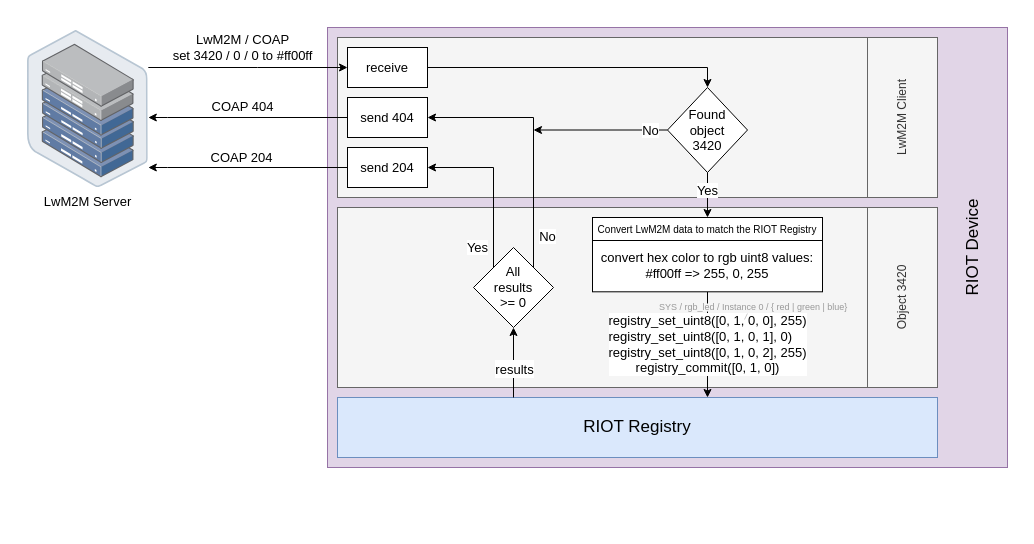
LasseRosenow/riot-runtime-config keeps this draw.io diagram as doc/drawio/flow/lwm2m_integration_flow.drawio. Above is the earlier version. Source tidied: cells renumbered, new cells numbered last; positions are measured from the earlier drawing's top-left corner, leaving out a move shared by most shapes. Both pictures are drawn from the tidied source at 100%, with x=0, y=0 at pixel (17, 17).
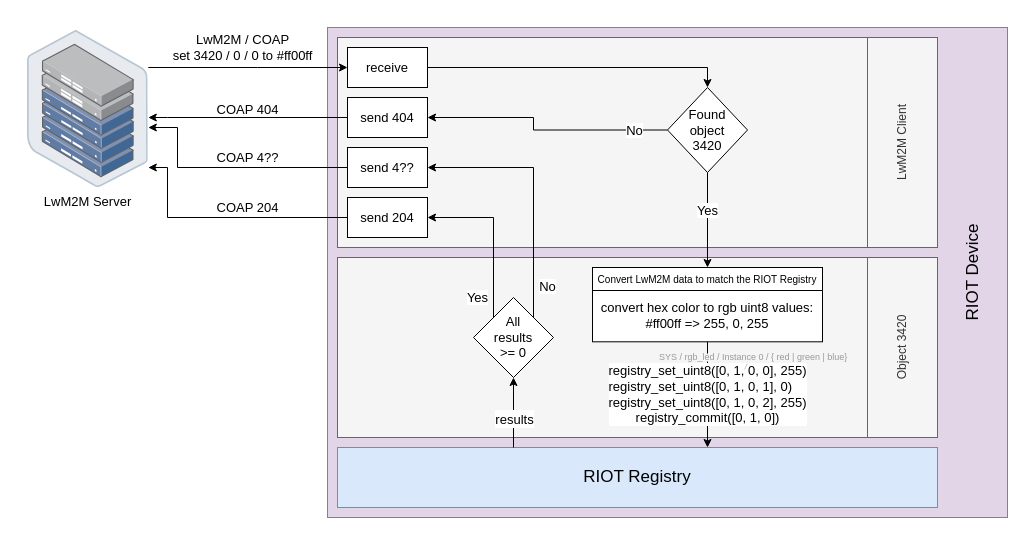
After the change.

Unchanged cells that the change refers to:
```xml
<mxCell id="6" value="&lt;font style=&quot;font-size: 13px&quot;&gt;LwM2M Server&lt;/font&gt;" style="points=[];html=1;align=center;shadow=0;dashed=0;image;image=img/lib/allied_telesis/storage/Datacenter_Server_Half_Rack_ToR.svg;" parent="1" vertex="1">
  <mxGeometry x="10" y="13" width="120.8" height="157" as="geometry" />
</mxCell>
<mxCell id="9" value="&lt;font style=&quot;font-size: 13px&quot;&gt;Found &lt;br&gt;object&lt;br&gt;3420&lt;/font&gt;" style="rhombus;whiteSpace=wrap;html=1;" parent="1" vertex="1">
  <mxGeometry x="650" y="70" width="80" height="85" as="geometry" />
</mxCell>
<mxCell id="22" value="&lt;font color=&quot;#000000&quot; style=&quot;font-size: 13px&quot;&gt;send 404&lt;/font&gt;" style="rounded=0;whiteSpace=wrap;html=1;labelBackgroundColor=none;fontSize=17;" parent="1" vertex="1">
  <mxGeometry x="330" y="80" width="80" height="40" as="geometry" />
</mxCell>
```

What changed in the source:
```diff
@@
     <mxCell id="2" style="rounded=0;whiteSpace=wrap;html=1;strokeColor=none;" parent="1" vertex="1">
-      <mxGeometry width="1000" height="460" as="geometry" />
+      <mxGeometry width="1000" height="510" as="geometry" />
     </mxCell>
     <mxCell id="3" value="&lt;font style=&quot;font-size: 17px&quot;&gt;RIOT Device&lt;/font&gt;" style="rounded=0;whiteSpace=wrap;html=1;fillColor=#e1d5e7;strokeColor=#9673a6;horizontal=0;align=center;verticalAlign=bottom;spacingBottom=22;" parent="1" vertex="1">
-      <mxGeometry x="310" y="10" width="680" height="440" as="geometry" />
+      <mxGeometry x="310" y="10" width="680" height="490" as="geometry" />
     </mxCell>
     <mxCell id="4" style="rounded=0;whiteSpace=wrap;html=1;fillColor=#f5f5f5;strokeColor=#666666;fontColor=#333333;" parent="1" vertex="1">
-      <mxGeometry x="320" y="190" width="530" height="180" as="geometry" />
+      <mxGeometry x="320" y="240" width="530" height="180" as="geometry" />
     </mxCell>
     <mxCell id="5" style="rounded=0;whiteSpace=wrap;html=1;fillColor=#f5f5f5;strokeColor=#666666;fontColor=#333333;" parent="1" vertex="1">
-      <mxGeometry x="320" y="20" width="530" height="160" as="geometry" />
+      <mxGeometry x="320" y="20" width="530" height="210" as="geometry" />
     </mxCell>
@@
-    <mxCell id="8" value="&lt;font style=&quot;font-size: 13px&quot;&gt;No&lt;/font&gt;" style="edgeStyle=elbowEdgeStyle;rounded=0;html=1;startArrow=none;exitX=0;exitY=0.5;exitDx=0;exitDy=0;" parent="1" edge="1" source="9">
+    <mxCell id="8" value="&lt;font style=&quot;font-size: 13px&quot;&gt;No&lt;/font&gt;" style="edgeStyle=elbowEdgeStyle;rounded=0;html=1;startArrow=none;exitX=0;exitY=0.5;exitDx=0;exitDy=0;entryX=1;entryY=0.5;entryDx=0;entryDy=0;" parent="1" edge="1" source="9" target="22">
       <mxGeometry x="-0.74" relative="1" as="geometry">
-        <mxPoint x="516" y="113" as="targetPoint" />
         <Array as="points">
           <mxPoint x="516" y="105" />
           <mxPoint x="560" y="90" />
           <mxPoint x="517" y="104" />
           <mxPoint x="580" y="100" />
           <mxPoint x="549" y="140" />
           <mxPoint x="430" y="140" />
         </Array>
       </mxGeometry>
     </mxCell>
@@
     <mxCell id="12" value="&lt;font style=&quot;font-size: 17px&quot;&gt;RIOT Registry&lt;/font&gt;" style="rounded=0;whiteSpace=wrap;html=1;fillColor=#dae8fc;strokeColor=#6c8ebf;" parent="1" vertex="1">
-      <mxGeometry x="320" y="380" width="600" height="60" as="geometry" />
+      <mxGeometry x="320" y="430" width="600" height="60" as="geometry" />
     </mxCell>
@@
     <mxCell id="16" value="&lt;font style=&quot;font-size: 13px&quot;&gt;All &lt;br&gt;results &lt;br&gt;&amp;gt;= 0&lt;/font&gt;" style="rhombus;whiteSpace=wrap;html=1;" parent="1" vertex="1">
-      <mxGeometry x="456" y="230" width="80" height="80" as="geometry" />
+      <mxGeometry x="456" y="280" width="80" height="80" as="geometry" />
     </mxCell>
-    <mxCell id="17" value="&lt;font style=&quot;font-size: 13px&quot;&gt;No&lt;/font&gt;" style="edgeStyle=elbowEdgeStyle;rounded=0;html=1;exitX=1;exitY=0;exitDx=0;exitDy=0;" parent="1" edge="1" source="16" target="22">
+    <mxCell id="17" value="&lt;font style=&quot;font-size: 13px&quot;&gt;No&lt;/font&gt;" style="edgeStyle=elbowEdgeStyle;rounded=0;html=1;exitX=1;exitY=0;exitDx=0;exitDy=0;entryX=1;entryY=0.5;entryDx=0;entryDy=0;" parent="1" edge="1" source="16" target="33">
       <mxGeometry x="-0.76" y="-14" relative="1" as="geometry">
         <Array as="points">
           <mxPoint x="516" y="160" />
           <mxPoint x="530" y="150" />
           <mxPoint x="496" y="160" />
           <mxPoint x="496" y="220" />
           <mxPoint x="496" y="180" />
           <mxPoint x="450" y="150" />
           <mxPoint x="440" y="90" />
         </Array>
       </mxGeometry>
     </mxCell>
@@
     <mxCell id="19" value="LwM2M Client" style="rounded=0;whiteSpace=wrap;html=1;fillColor=#f5f5f5;strokeColor=#666666;fontColor=#333333;horizontal=0;" parent="1" vertex="1">
-      <mxGeometry x="850" y="20" width="70" height="160" as="geometry" />
+      <mxGeometry x="850" y="20" width="70" height="210" as="geometry" />
     </mxCell>
     <mxCell id="20" value="Object 3420" style="rounded=0;whiteSpace=wrap;html=1;fillColor=#f5f5f5;strokeColor=#666666;fontColor=#333333;horizontal=0;" parent="1" vertex="1">
-      <mxGeometry x="850" y="190" width="70" height="180" as="geometry" />
+      <mxGeometry x="850" y="240" width="70" height="180" as="geometry" />
     </mxCell>
@@
     <mxCell id="23" value="&lt;font style=&quot;font-size: 13px&quot;&gt;COAP 404&lt;/font&gt;" style="edgeStyle=elbowEdgeStyle;rounded=0;html=1;startArrow=none;" parent="1" edge="1" source="22" target="6">
-      <mxGeometry x="0.05" y="-11" relative="1" as="geometry">
+      <mxGeometry y="-8" relative="1" as="geometry">
         <Array as="points">
           <mxPoint x="150" y="100" />
         </Array>
       </mxGeometry>
     </mxCell>
     <mxCell id="24" value="&lt;font color=&quot;#000000&quot; style=&quot;font-size: 13px&quot;&gt;send 204&lt;/font&gt;" style="rounded=0;whiteSpace=wrap;html=1;labelBackgroundColor=none;fontSize=17;" parent="1" vertex="1">
-      <mxGeometry x="330" y="130" width="80" height="40" as="geometry" />
+      <mxGeometry x="330" y="180" width="80" height="40" as="geometry" />
     </mxCell>
     <mxCell id="25" value="&lt;font style=&quot;font-size: 13px&quot;&gt;COAP 204&lt;/font&gt;" style="edgeStyle=elbowEdgeStyle;rounded=0;html=1;startArrow=none;" parent="1" edge="1" source="24" target="6">
-      <mxGeometry x="0.06" y="-10" relative="1" as="geometry">
+      <mxGeometry x="-0.2" y="-10" relative="1" as="geometry">
         <Array as="points">
           <mxPoint x="150" y="150" />
         </Array>
       </mxGeometry>
     </mxCell>
     <mxCell id="26" style="group;" parent="1" vertex="1">
-      <mxGeometry x="575" y="200" width="230" height="74.2" as="geometry" />
+      <mxGeometry x="575" y="250" width="230" height="74.2" as="geometry" />
     </mxCell>
@@
     <mxCell id="29" style="rounded=0;whiteSpace=wrap;html=1;fillColor=#f5f5f5;strokeColor=none;fontColor=#333333;" parent="1" vertex="1">
-      <mxGeometry x="687" y="286" width="6" height="8.1" as="geometry" />
+      <mxGeometry x="687" y="336" width="6" height="8.1" as="geometry" />
     </mxCell>
     <mxCell id="30" style="group;" parent="1" vertex="1">
-      <mxGeometry x="640" y="275" width="200" height="30" as="geometry" />
+      <mxGeometry x="640" y="325" width="200" height="30" as="geometry" />
     </mxCell>
@@
+    <mxCell id="33" value="&lt;font color=&quot;#000000&quot; style=&quot;font-size: 13px&quot;&gt;send 4??&lt;/font&gt;" style="rounded=0;whiteSpace=wrap;html=1;labelBackgroundColor=none;fontSize=17;" parent="1" vertex="1">
+      <mxGeometry x="330" y="130" width="80" height="40" as="geometry" />
+    </mxCell>
+    <mxCell id="34" value="&lt;font style=&quot;font-size: 13px&quot;&gt;COAP 4??&lt;/font&gt;" style="edgeStyle=elbowEdgeStyle;rounded=0;html=1;startArrow=none;" parent="1" edge="1" source="33" target="6">
+      <mxGeometry x="-0.16" y="-10" relative="1" as="geometry">
+        <Array as="points">
+          <mxPoint x="160" y="110" />
+        </Array>
+      </mxGeometry>
+    </mxCell>
```
